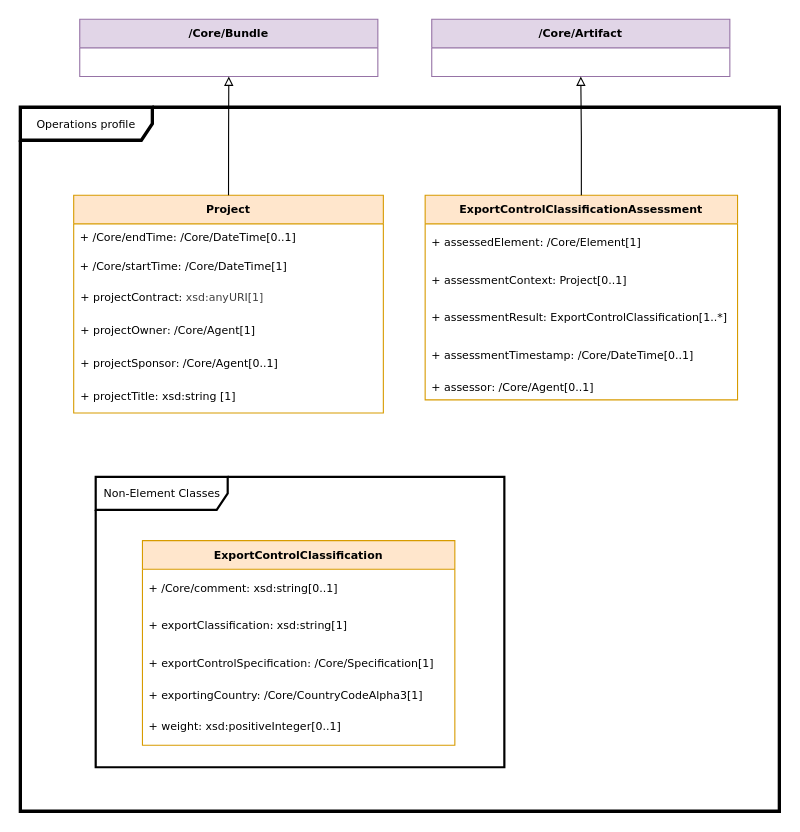
Before: page "Operations" (12 of 13) of docs/model.drawio in spdx/spdx-3-model, a draw.io diagram. Source tidied: cells renumbered, new cells numbered last; positions are measured from the earlier drawing's top-left corner, leaving out a move shared by most shapes. Both pictures are drawn from the tidied source at 110%, with x=0, y=0 at pixel (20, 19).
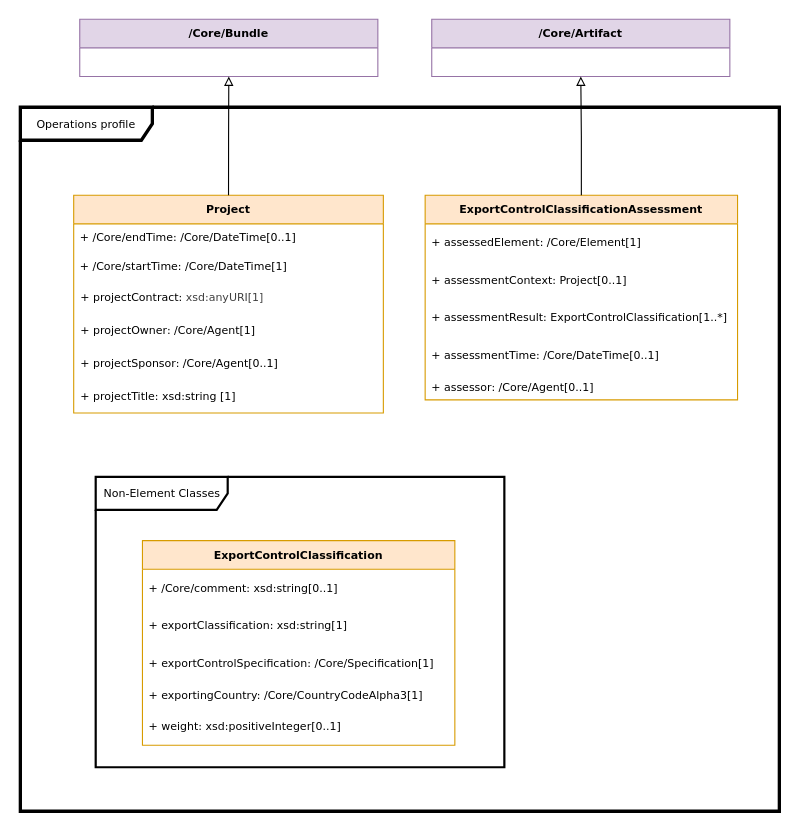
The same diagram, later.

Commit message:
assessmentTime -> assessmentTimestamp

The change refers to these unchanged cells:
```xml
<mxCell id="4" value="ExportControlClassificationAssessment" style="swimlane;fontStyle=1;horizontal=1;startSize=26;fillColor=#ffe6cc;strokeColor=#d79b00;fontFamily=Verdana;fontSize=10;" parent="1" vertex="1">
  <mxGeometry x="368" y="160" width="284" height="186" as="geometry" />
</mxCell>
```

Diff of the diagram source:
```diff
@@
-    <mxCell id="8" value="&lt;div&gt;+ assessmentTimestamp: /Core/DateTime[0..1]&lt;/div&gt;" style="text;strokeColor=none;fillColor=none;align=left;verticalAlign=middle;spacingLeft=4;spacingRight=4;overflow=hidden;whiteSpace=wrap;html=1;fontFamily=Verdana;fontSize=10;" parent="4" vertex="1">
+    <mxCell id="8" value="&lt;div&gt;+ assessmentTime: /Core/DateTime[0..1]&lt;/div&gt;" style="text;strokeColor=none;fillColor=none;align=left;verticalAlign=middle;spacingLeft=4;spacingRight=4;overflow=hidden;whiteSpace=wrap;html=1;fontFamily=Verdana;fontSize=10;" parent="4" vertex="1">
       <mxGeometry y="128" width="284" height="34" as="geometry" />
     </mxCell>
```
